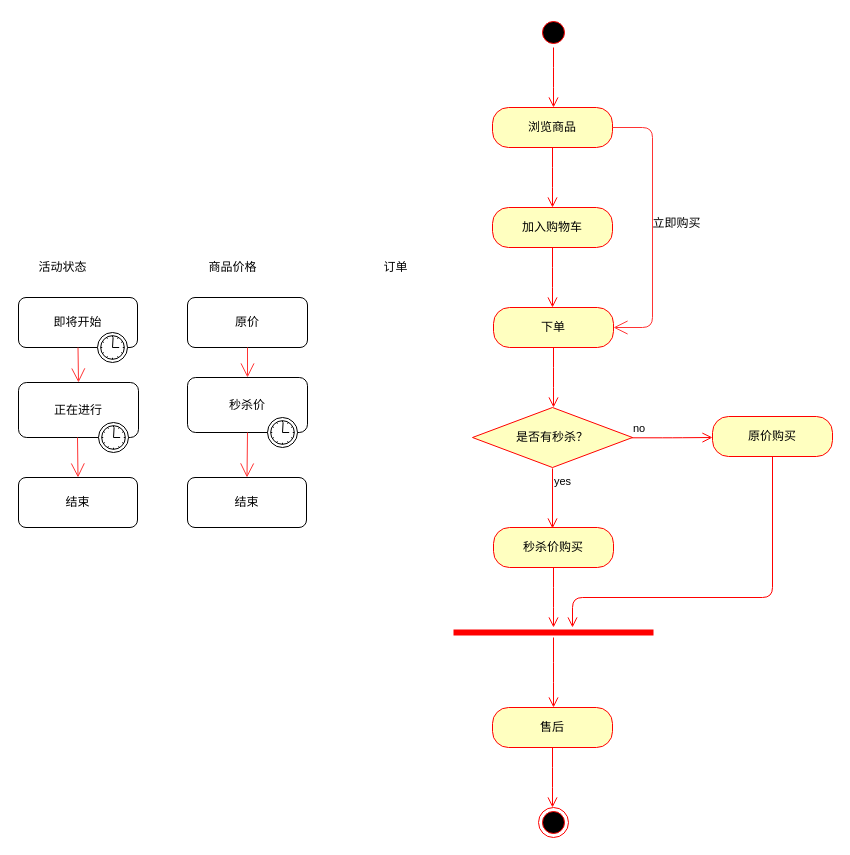
Before: seckill.drawio in evahsiao/workflow, a draw.io diagram. Source tidied: cells renumbered, new cells numbered last; positions are measured from the earlier drawing's top-left corner, leaving out a move shared by most shapes. Both pictures are drawn from the tidied source at 100%, with x=0, y=0 at pixel (17, 17).
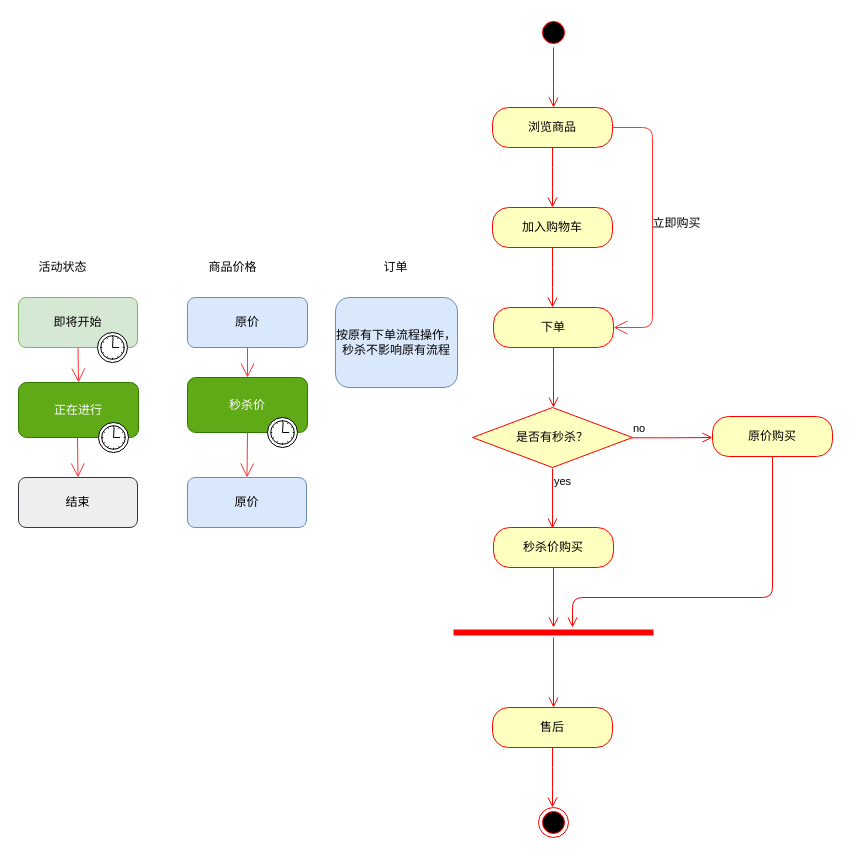
The same diagram, later.

Diff of the diagram source:
```diff
@@
-    <mxCell id="25" value="即将开始" style="html=1;whiteSpace=wrap;rounded=1;" parent="1" vertex="1">
+    <mxCell id="25" value="即将开始" style="html=1;whiteSpace=wrap;rounded=1;fillColor=#d5e8d4;strokeColor=#82b366;" parent="1" vertex="1">
       <mxGeometry x="1" y="280" width="119" height="50" as="geometry" />
     </mxCell>
@@
-    <mxCell id="27" value="正在进行" style="html=1;whiteSpace=wrap;rounded=1;" parent="1" vertex="1">
+    <mxCell id="27" value="正在进行" style="html=1;whiteSpace=wrap;rounded=1;fillColor=#60a917;strokeColor=#2D7600;fontColor=#ffffff;" parent="1" vertex="1">
       <mxGeometry x="1" y="365" width="120" height="55" as="geometry" />
     </mxCell>
@@
-    <mxCell id="29" value="结束" style="shape=ext;rounded=1;html=1;whiteSpace=wrap;" parent="1" vertex="1">
+    <mxCell id="29" value="结束" style="shape=ext;rounded=1;html=1;whiteSpace=wrap;fillColor=#eeeeee;strokeColor=#36393d;" parent="1" vertex="1">
       <mxGeometry x="1" y="460" width="119" height="50" as="geometry" />
     </mxCell>
@@
-    <mxCell id="33" value="原价" style="shape=ext;rounded=1;html=1;whiteSpace=wrap;" parent="1" vertex="1">
+    <mxCell id="33" value="原价" style="shape=ext;rounded=1;html=1;whiteSpace=wrap;fillColor=#dae8fc;strokeColor=#6c8ebf;" parent="1" vertex="1">
       <mxGeometry x="170" y="280" width="120" height="50" as="geometry" />
     </mxCell>
@@
-    <mxCell id="35" value="秒杀价" style="html=1;whiteSpace=wrap;rounded=1;" parent="1" vertex="1">
+    <mxCell id="35" value="秒杀价" style="html=1;whiteSpace=wrap;rounded=1;fillColor=#60a917;strokeColor=#2D7600;fontColor=#ffffff;" parent="1" vertex="1">
       <mxGeometry x="170" y="360" width="120" height="55" as="geometry" />
     </mxCell>
@@
-    <mxCell id="37" value="结束" style="shape=ext;rounded=1;html=1;whiteSpace=wrap;" parent="1" vertex="1">
+    <mxCell id="37" value="原价" style="shape=ext;rounded=1;html=1;whiteSpace=wrap;fillColor=#dae8fc;strokeColor=#6c8ebf;" parent="1" vertex="1">
       <mxGeometry x="170" y="460" width="119" height="50" as="geometry" />
     </mxCell>
@@
+    <mxCell id="40" value="按原有下单流程操作，秒杀不影响原有流程" style="shape=ext;rounded=1;html=1;whiteSpace=wrap;fillColor=#dae8fc;strokeColor=#6c8ebf;" parent="1" vertex="1">
+      <mxGeometry x="318" y="280" width="122" height="90" as="geometry" />
+    </mxCell>
```
